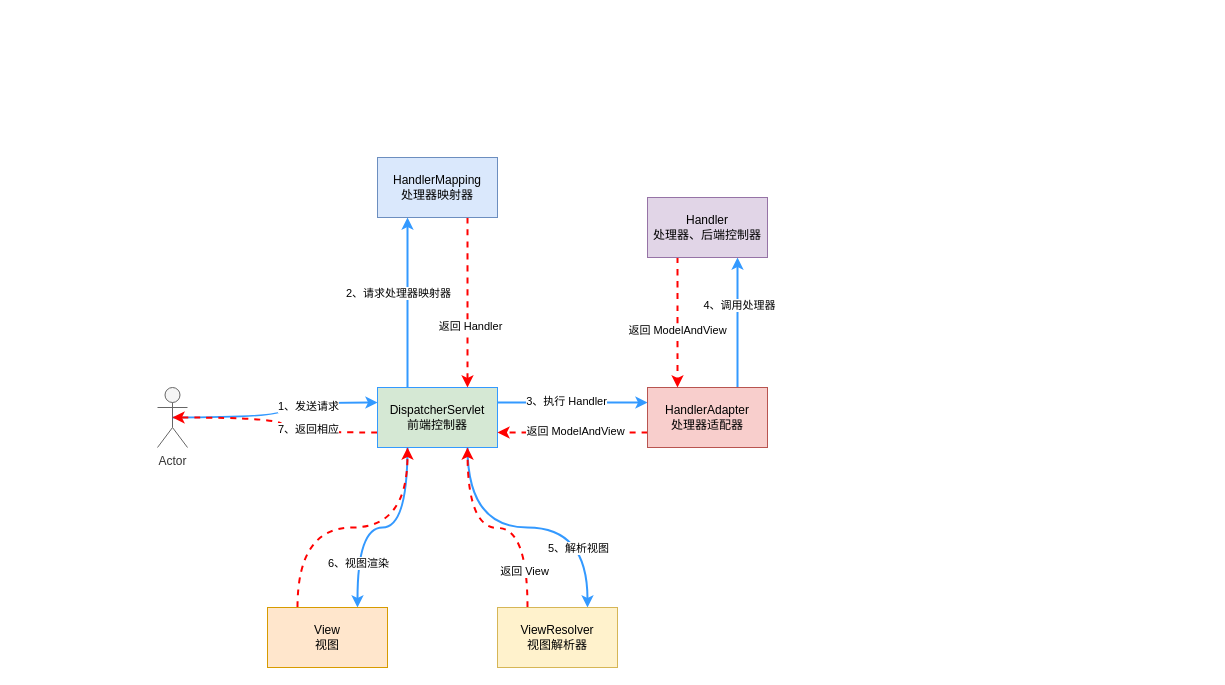
Before: spring/spring-mvc/spring-mvc.drawio in thebesteric/draw.io, a draw.io diagram. Source tidied: cells renumbered, new cells numbered last; positions are measured from the earlier drawing's top-left corner, leaving out a move shared by most shapes. Both pictures are drawn from the tidied source at 100%, with x=0, y=0 at pixel (157, 157).
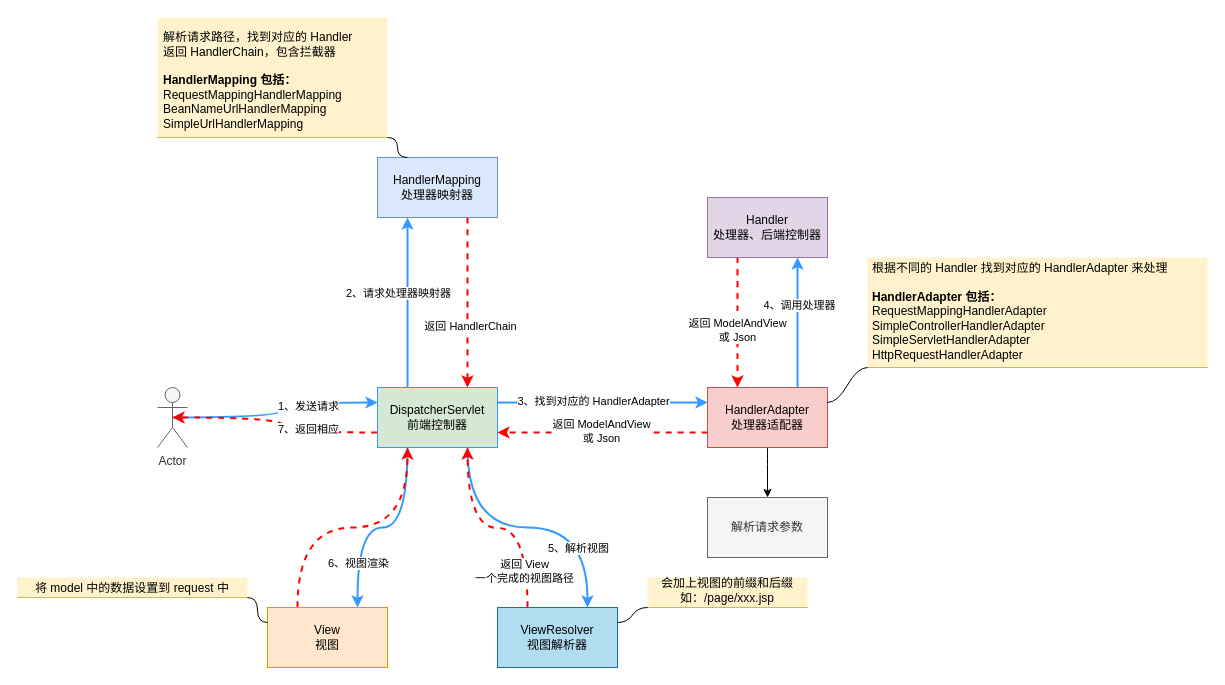
After the change.

Unchanged cells that the change refers to:
```xml
<mxCell id="13" style="edgeStyle=orthogonalEdgeStyle;curved=1;rounded=0;jettySize=auto;html=1;exitX=1;exitY=0.25;exitDx=0;exitDy=0;entryX=0;entryY=0.25;entryDx=0;entryDy=0;fontColor=#000000;strokeColor=#3399FF;strokeWidth=2;" parent="1" edge="1" source="15" target="28">
  <mxGeometry relative="1" as="geometry" />
</mxCell>
<mxCell id="16" style="edgeStyle=orthogonalEdgeStyle;curved=1;rounded=0;jettySize=auto;html=1;exitX=0.75;exitY=1;exitDx=0;exitDy=0;entryX=0.75;entryY=0;entryDx=0;entryDy=0;strokeColor=#FF0000;dashed=1;strokeWidth=2;" parent="1" edge="1" source="18" target="15">
  <mxGeometry relative="1" as="geometry" />
</mxCell>
<mxCell id="18" value="HandlerMapping&lt;br&gt;处理器映射器" style="rounded=0;whiteSpace=wrap;html=1;fillColor=#dae8fc;strokeColor=#6c8ebf;" parent="1" vertex="1">
  <mxGeometry x="220" width="120" height="60" as="geometry" />
</mxCell>
<mxCell id="20" value="View&lt;br&gt;视图" style="rounded=0;whiteSpace=wrap;html=1;strokeColor=#d79b00;fillColor=#ffe6cc;" parent="1" vertex="1">
  <mxGeometry x="110" y="450" width="120" height="60" as="geometry" />
</mxCell>
<mxCell id="21" style="edgeStyle=orthogonalEdgeStyle;curved=1;rounded=0;jettySize=auto;html=1;exitX=0.25;exitY=0;exitDx=0;exitDy=0;fontColor=#000000;strokeColor=#FF0000;strokeWidth=2;dashed=1;" parent="1" edge="1" source="23">
  <mxGeometry relative="1" as="geometry">
    <mxPoint x="310" y="290" as="targetPoint" />
  </mxGeometry>
</mxCell>
<mxCell id="24" style="edgeStyle=orthogonalEdgeStyle;curved=1;rounded=0;jettySize=auto;html=1;exitX=0;exitY=0.75;exitDx=0;exitDy=0;entryX=1;entryY=0.75;entryDx=0;entryDy=0;dashed=1;fontColor=#000000;strokeColor=#FF0000;strokeWidth=2;" parent="1" edge="1" source="28" target="15">
  <mxGeometry relative="1" as="geometry" />
</mxCell>
<mxCell id="29" style="edgeStyle=orthogonalEdgeStyle;curved=1;rounded=0;jettySize=auto;html=1;exitX=0.25;exitY=1;exitDx=0;exitDy=0;entryX=0.25;entryY=0;entryDx=0;entryDy=0;fontColor=#000000;strokeColor=#FF0000;strokeWidth=2;dashed=1;" parent="1" edge="1" source="31" target="28">
  <mxGeometry relative="1" as="geometry" />
</mxCell>
```

The edit, as a diff of the source:
```diff
@@
-    <mxCell id="14" value="3、执行 Handler" style="edgeLabel;html=1;align=center;verticalAlign=middle;fontColor=#000000;" parent="13" vertex="1">
+    <mxCell id="14" value="3、找到对应的 HandlerAdapter" style="edgeLabel;html=1;align=center;verticalAlign=middle;fontColor=#000000;" parent="13" vertex="1">
       <mxGeometry x="-0.16" relative="1" as="geometry">
-        <mxPoint x="5" y="-2" as="offset" />
+        <mxPoint x="7" y="-2" as="offset" />
       </mxGeometry>
     </mxCell>
@@
-    <mxCell id="17" value="返回 Handler" style="edgeLabel;html=1;align=center;verticalAlign=middle;" parent="16" vertex="1">
+    <mxCell id="17" value="返回 HandlerChain" style="edgeLabel;html=1;align=center;verticalAlign=middle;" parent="16" vertex="1">
       <mxGeometry x="0.26" y="2" relative="1" as="geometry">
         <mxPoint y="1" as="offset" />
       </mxGeometry>
     </mxCell>
@@
-    <mxCell id="22" value="返回 View" style="edgeLabel;html=1;align=center;verticalAlign=middle;fontColor=#000000;" parent="21" vertex="1">
+    <mxCell id="22" value="返回 View&lt;br&gt;一个完成的视图路径" style="edgeLabel;html=1;align=center;verticalAlign=middle;fontColor=#000000;" parent="21" vertex="1">
       <mxGeometry x="-0.66" y="4" relative="1" as="geometry" />
     </mxCell>
-    <mxCell id="23" value="ViewResolver&lt;br&gt;视图解析器" style="rounded=0;whiteSpace=wrap;html=1;strokeColor=#d6b656;fillColor=#fff2cc;" parent="1" vertex="1">
+    <mxCell id="23" value="ViewResolver&lt;br&gt;视图解析器" style="rounded=0;whiteSpace=wrap;html=1;strokeColor=#10739e;fillColor=#b1ddf0;" parent="1" vertex="1">
       <mxGeometry x="340" y="450" width="120" height="60" as="geometry" />
     </mxCell>
@@
-    <mxCell id="25" value="返回 ModelAndView" style="edgeLabel;html=1;align=center;verticalAlign=middle;fontColor=#000000;" parent="24" vertex="1">
+    <mxCell id="25" value="返回 ModelAndView&lt;br&gt;或 Json" style="edgeLabel;html=1;align=center;verticalAlign=middle;fontColor=#000000;" parent="24" vertex="1">
       <mxGeometry x="0.11" y="3" relative="1" as="geometry">
         <mxPoint x="10" y="-5" as="offset" />
       </mxGeometry>
     </mxCell>
@@
+    <mxCell id="32" style="edgeStyle=orthogonalEdgeStyle;curved=1;rounded=0;jettySize=auto;html=1;fontColor=#000000;strokeColor=#000000;strokeWidth=1;" parent="1" edge="1" source="28" target="37">
+      <mxGeometry relative="1" as="geometry" />
+    </mxCell>
     <mxCell id="28" value="HandlerAdapter&lt;br&gt;处理器适配器" style="rounded=0;whiteSpace=wrap;html=1;strokeColor=#b85450;fillColor=#f8cecc;" parent="1" vertex="1">
-      <mxGeometry x="490" y="230" width="120" height="60" as="geometry" />
+      <mxGeometry x="550" y="230" width="120" height="60" as="geometry" />
     </mxCell>
@@
-    <mxCell id="30" value="返回 ModelAndView" style="edgeLabel;html=1;align=center;verticalAlign=middle;fontColor=#000000;" parent="29" vertex="1">
+    <mxCell id="30" value="返回 ModelAndView&lt;br&gt;或 Json" style="edgeLabel;html=1;align=center;verticalAlign=middle;fontColor=#000000;" parent="29" vertex="1">
       <mxGeometry x="0.1" y="-1" relative="1" as="geometry" />
     </mxCell>
     <mxCell id="31" value="Handler&lt;br&gt;处理器、后端控制器" style="rounded=0;whiteSpace=wrap;html=1;strokeColor=#9673a6;fillColor=#e1d5e7;" parent="1" vertex="1">
-      <mxGeometry x="490" y="40" width="120" height="60" as="geometry" />
+      <mxGeometry x="550" y="40" width="120" height="60" as="geometry" />
     </mxCell>
+    <mxCell id="33" value="解析请求路径，找到对应的 Handler&lt;br&gt;返回 HandlerChain，包含拦截器&lt;br&gt;&lt;br&gt;&lt;b&gt;HandlerMapping 包括：&lt;br&gt;&lt;/b&gt;RequestMappingHandlerMapping&lt;br&gt;BeanNameUrlHandlerMapping&lt;br&gt;SimpleUrlHandlerMapping" style="whiteSpace=wrap;html=1;shape=partialRectangle;top=0;left=0;bottom=1;right=0;points=[[0,1],[1,1]];fillColor=#fff2cc;align=left;verticalAlign=bottom;routingCenterY=0.5;snapToPoint=1;newEdgeStyle={&quot;edgeStyle&quot;:&quot;entityRelationEdgeStyle&quot;,&quot;startArrow&quot;:&quot;none&quot;,&quot;endArrow&quot;:&quot;none&quot;,&quot;segment&quot;:10,&quot;curved&quot;:1};strokeColor=#d6b656;spacing=6;" parent="1" vertex="1">
+      <mxGeometry y="-140" width="230" height="120" as="geometry" />
+    </mxCell>
+    <mxCell id="34" style="edgeStyle=entityRelationEdgeStyle;startArrow=none;endArrow=none;segment=10;curved=1;rounded=0;fontColor=#000000;strokeColor=#000000;strokeWidth=1;exitX=0.25;exitY=0;exitDx=0;exitDy=0;" parent="1" edge="1" source="18" target="33">
+      <mxGeometry relative="1" as="geometry" />
+    </mxCell>
+    <mxCell id="35" value="根据不同的 Handler 找到对应的 HandlerAdapter 来处理&lt;br&gt;&lt;br&gt;&lt;b&gt;HandlerAdapter 包括：&lt;br&gt;&lt;/b&gt;RequestMappingHandlerAdapter&lt;br&gt;&lt;div&gt;SimpleControllerHandlerAdapter&lt;/div&gt;&lt;div&gt;SimpleServletHandlerAdapter&lt;/div&gt;&lt;div&gt;HttpRequestHandlerAdapter&lt;/div&gt;" style="whiteSpace=wrap;html=1;shape=partialRectangle;top=0;left=0;bottom=1;right=0;points=[[0,1],[1,1]];fillColor=#fff2cc;align=left;verticalAlign=bottom;routingCenterY=0.5;snapToPoint=1;newEdgeStyle={&quot;edgeStyle&quot;:&quot;entityRelationEdgeStyle&quot;,&quot;startArrow&quot;:&quot;none&quot;,&quot;endArrow&quot;:&quot;none&quot;,&quot;segment&quot;:10,&quot;curved&quot;:1};strokeColor=#d6b656;spacing=5;" parent="1" vertex="1">
+      <mxGeometry x="710" y="100" width="340" height="110" as="geometry" />
+    </mxCell>
+    <mxCell id="36" style="edgeStyle=entityRelationEdgeStyle;startArrow=none;endArrow=none;segment=10;curved=1;rounded=0;fontColor=#000000;strokeColor=#000000;strokeWidth=1;exitX=1;exitY=0.25;exitDx=0;exitDy=0;" parent="1" edge="1" source="28" target="35">
+      <mxGeometry relative="1" as="geometry" />
+    </mxCell>
+    <mxCell id="37" value="解析请求参数" style="whiteSpace=wrap;html=1;fillColor=#f5f5f5;strokeColor=#666666;rounded=0;fontColor=#333333;" parent="1" vertex="1">
+      <mxGeometry x="550" y="340" width="120" height="60" as="geometry" />
+    </mxCell>
+    <mxCell id="38" value="会加上视图的前缀和后缀&lt;br&gt;如：/page/xxx.jsp" style="whiteSpace=wrap;html=1;shape=partialRectangle;top=0;left=0;bottom=1;right=0;points=[[0,1],[1,1]];fillColor=#fff2cc;align=center;verticalAlign=bottom;routingCenterY=0.5;snapToPoint=1;newEdgeStyle={&quot;edgeStyle&quot;:&quot;entityRelationEdgeStyle&quot;,&quot;startArrow&quot;:&quot;none&quot;,&quot;endArrow&quot;:&quot;none&quot;,&quot;segment&quot;:10,&quot;curved&quot;:1};strokeColor=#d6b656;" parent="1" vertex="1">
+      <mxGeometry x="490" y="420" width="160" height="30" as="geometry" />
+    </mxCell>
+    <mxCell id="39" style="edgeStyle=entityRelationEdgeStyle;startArrow=none;endArrow=none;segment=10;curved=1;rounded=0;fontColor=#000000;strokeColor=#000000;strokeWidth=1;exitX=1;exitY=0.25;exitDx=0;exitDy=0;" parent="1" edge="1" source="23" target="38">
+      <mxGeometry relative="1" as="geometry" />
+    </mxCell>
+    <mxCell id="40" value="将 model 中的数据设置到 request 中" style="whiteSpace=wrap;html=1;shape=partialRectangle;top=0;left=0;bottom=1;right=0;points=[[0,1],[1,1]];fillColor=#fff2cc;align=center;verticalAlign=bottom;routingCenterY=0.5;snapToPoint=1;newEdgeStyle={&quot;edgeStyle&quot;:&quot;entityRelationEdgeStyle&quot;,&quot;startArrow&quot;:&quot;none&quot;,&quot;endArrow&quot;:&quot;none&quot;,&quot;segment&quot;:10,&quot;curved&quot;:1};strokeColor=#d6b656;" parent="1" vertex="1">
+      <mxGeometry x="-140" y="420" width="230" height="20" as="geometry" />
+    </mxCell>
+    <mxCell id="41" style="edgeStyle=entityRelationEdgeStyle;startArrow=none;endArrow=none;segment=10;curved=1;rounded=0;fontColor=#000000;strokeColor=#000000;strokeWidth=1;exitX=0;exitY=0.25;exitDx=0;exitDy=0;" parent="1" edge="1" source="20" target="40">
+      <mxGeometry relative="1" as="geometry" />
+    </mxCell>
```
